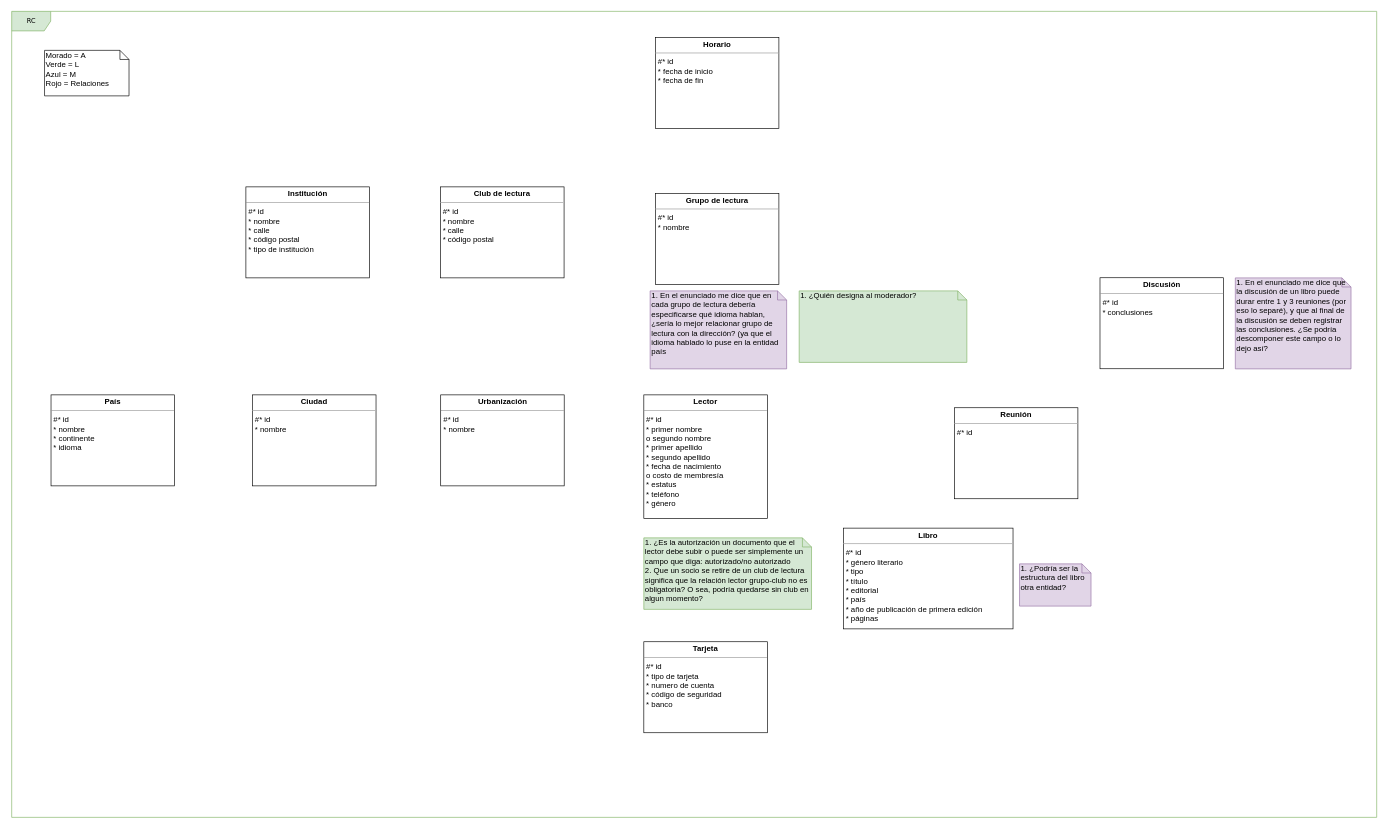
Above: DB I/RC (Pseudo) Data Structure V2.drawio in NeutronBlast/IS-Ex (draw.io), before the change. Source tidied: cells renumbered, new cells numbered last; positions are measured from the earlier drawing's top-left corner, leaving out a move shared by most shapes. Both pictures are drawn from the tidied source at 65%, with x=0, y=0 at pixel (12, 11).
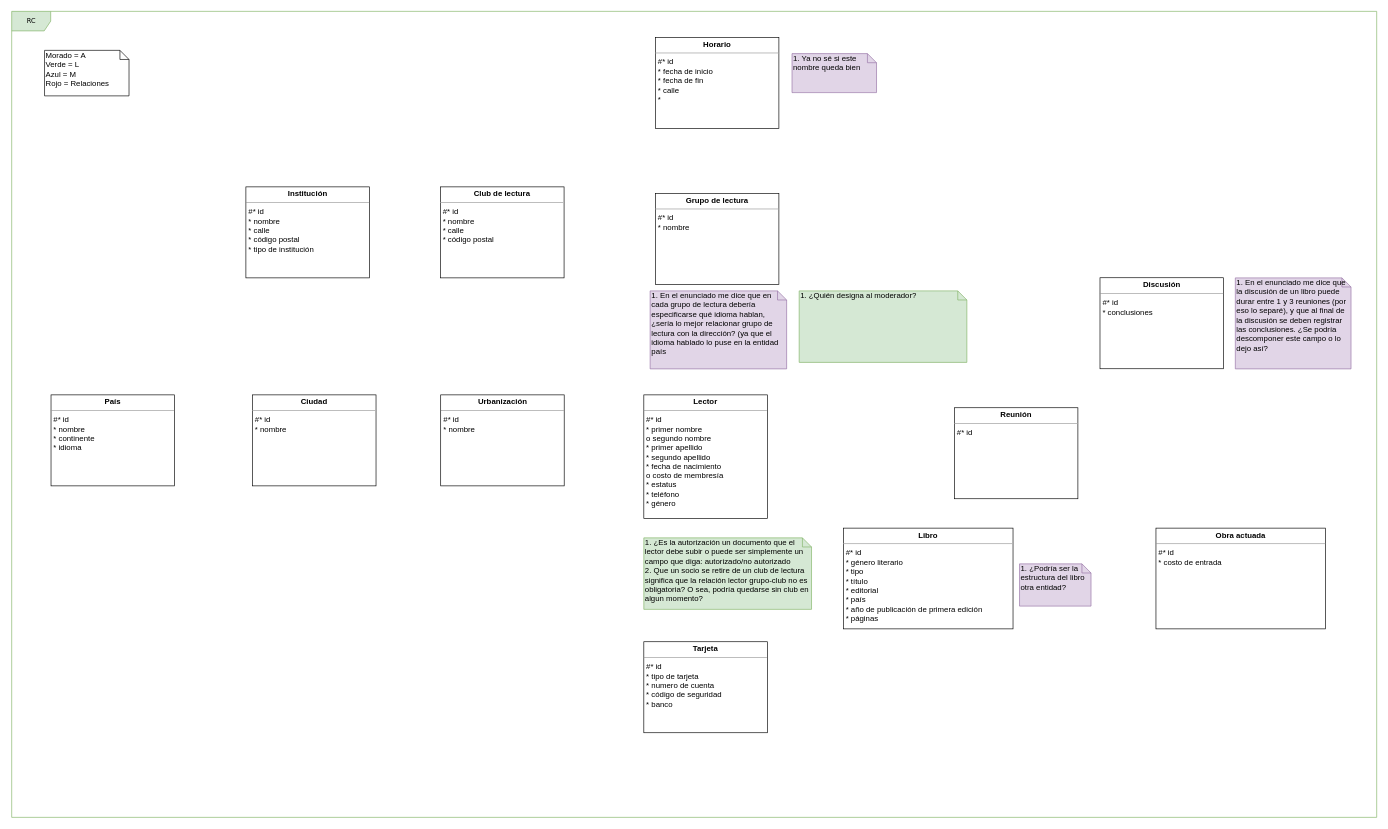
Above is the later version.

Diff of the diagram source:
```diff
@@
-    <mxCell id="14" value="&lt;p style=&quot;margin: 0px ; margin-top: 4px ; text-align: center&quot;&gt;&lt;b&gt;Horario&lt;/b&gt;&lt;/p&gt;&lt;hr size=&quot;1&quot;&gt;&lt;p style=&quot;margin: 0px ; margin-left: 4px&quot;&gt;#* id&lt;/p&gt;&lt;p style=&quot;margin: 0px ; margin-left: 4px&quot;&gt;* fecha de inicio&lt;/p&gt;&lt;p style=&quot;margin: 0px ; margin-left: 4px&quot;&gt;* fecha de fin&lt;/p&gt;" style="verticalAlign=top;align=left;overflow=fill;fontSize=12;fontFamily=Helvetica;html=1;rounded=0;shadow=0;comic=0;labelBackgroundColor=none;strokeColor=#000000;strokeWidth=1;fillColor=#ffffff;" parent="1" vertex="1">
+    <mxCell id="14" value="&lt;p style=&quot;margin: 0px ; margin-top: 4px ; text-align: center&quot;&gt;&lt;b&gt;Horario&lt;/b&gt;&lt;/p&gt;&lt;hr size=&quot;1&quot;&gt;&lt;p style=&quot;margin: 0px ; margin-left: 4px&quot;&gt;#* id&lt;/p&gt;&lt;p style=&quot;margin: 0px ; margin-left: 4px&quot;&gt;* fecha de inicio&lt;/p&gt;&lt;p style=&quot;margin: 0px ; margin-left: 4px&quot;&gt;* fecha de fin&lt;/p&gt;&lt;p style=&quot;margin: 0px ; margin-left: 4px&quot;&gt;* calle&lt;/p&gt;&lt;p style=&quot;margin: 0px ; margin-left: 4px&quot;&gt;*&amp;nbsp;&lt;/p&gt;" style="verticalAlign=top;align=left;overflow=fill;fontSize=12;fontFamily=Helvetica;html=1;rounded=0;shadow=0;comic=0;labelBackgroundColor=none;strokeColor=#000000;strokeWidth=1;fillColor=#ffffff;" parent="1" vertex="1">
       <mxGeometry x="989.8" y="40" width="190" height="140" as="geometry" />
     </mxCell>
@@
+    <mxCell id="22" value="&lt;p style=&quot;margin: 0px ; margin-top: 4px ; text-align: center&quot;&gt;&lt;b&gt;Obra actuada&lt;/b&gt;&lt;/p&gt;&lt;hr size=&quot;1&quot;&gt;&lt;p style=&quot;margin: 0px ; margin-left: 4px&quot;&gt;#* id&lt;/p&gt;&lt;p style=&quot;margin: 0px ; margin-left: 4px&quot;&gt;* costo de entrada&lt;/p&gt;&lt;p style=&quot;margin: 0px ; margin-left: 4px&quot;&gt;&lt;br&gt;&lt;/p&gt;&lt;p style=&quot;margin: 0px ; margin-left: 4px&quot;&gt;&lt;br&gt;&lt;/p&gt;" style="verticalAlign=top;align=left;overflow=fill;fontSize=12;fontFamily=Helvetica;html=1;rounded=0;shadow=0;comic=0;labelBackgroundColor=none;strokeColor=#000000;strokeWidth=1;fillColor=#ffffff;" parent="1" vertex="1">
+      <mxGeometry x="1759.9" y="795" width="261" height="155" as="geometry" />
+    </mxCell>
+    <mxCell id="23" value="1. Ya no sé si este nombre queda bien" style="shape=note;whiteSpace=wrap;html=1;size=14;verticalAlign=top;align=left;spacingTop=-6;fillColor=#e1d5e7;strokeColor=#9673a6;" parent="1" vertex="1">
+      <mxGeometry x="1200" y="65" width="130" height="60" as="geometry" />
+    </mxCell>
```
